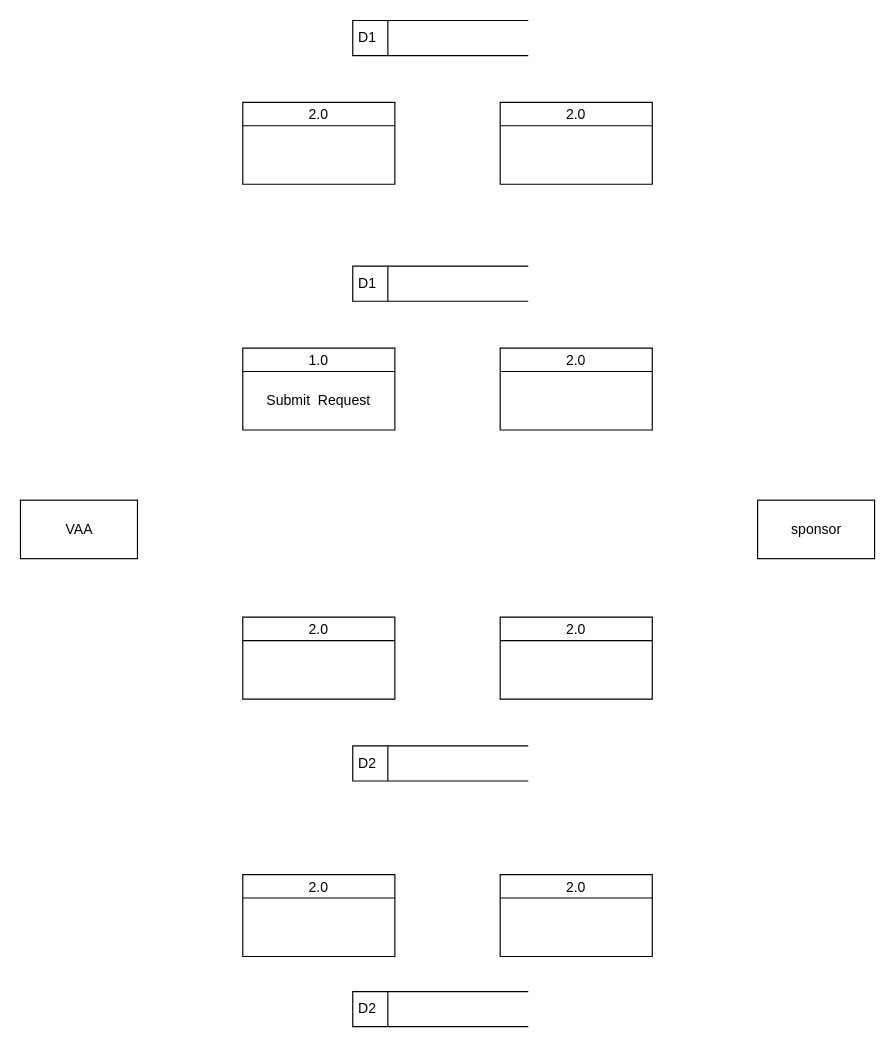
Above: DFD.drawio in forthegame/ANU2024 (draw.io), before the change. Source tidied: cells renumbered, new cells numbered last; positions are measured from the earlier drawing's top-left corner, leaving out a move shared by most shapes. Both pictures are drawn from the tidied source at 117%, with x=0, y=0 at pixel (20, 20).
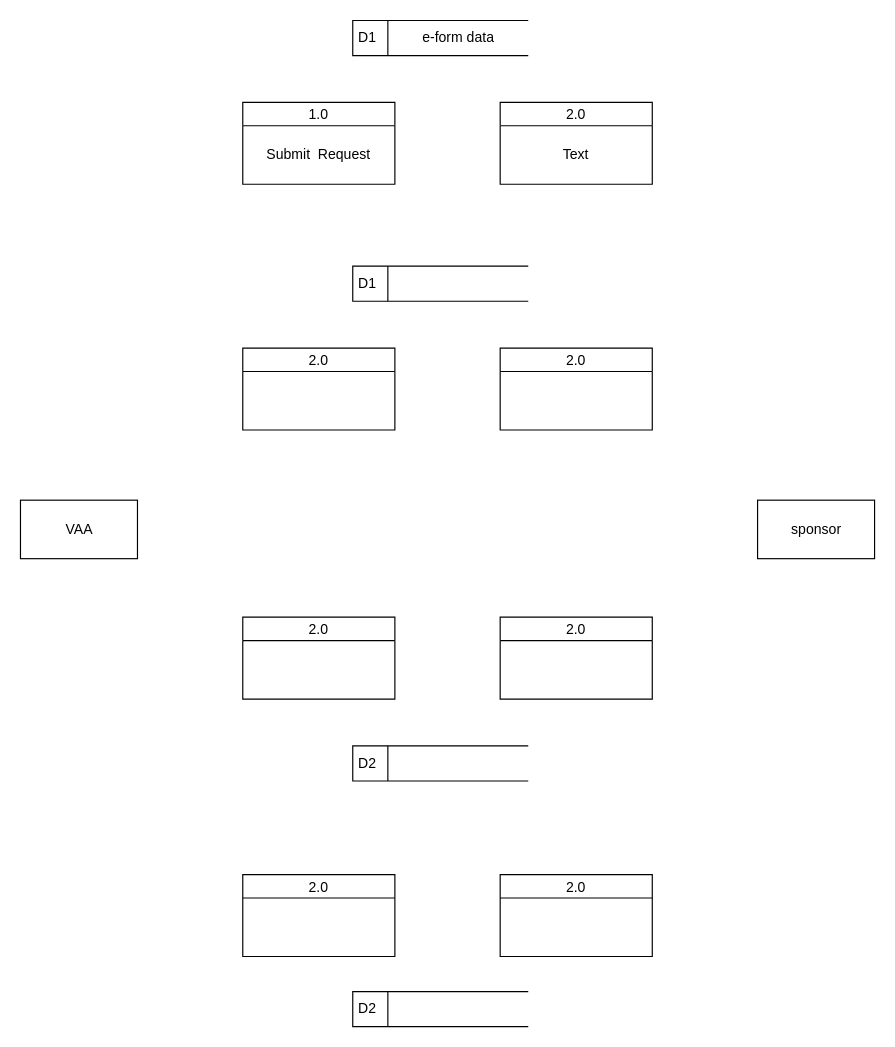
After the change.

Change to the diagram source:
```diff
@@
 <mxGraphModel>
   <root>
     <mxCell id="0" />
     <mxCell id="1" parent="0" />
     <mxCell id="2" value="sponsor" style="html=1;dashed=0;whitespace=wrap;" parent="1" vertex="1">
       <mxGeometry x="630" y="410" width="100" height="50" as="geometry" />
     </mxCell>
     <mxCell id="3" value="1.0" style="swimlane;fontStyle=0;horizontal=1;startSize=20;fillColor=#ffffff;swimlaneFillColor=#ffffff;" parent="1" vertex="1">
-      <mxGeometry x="190" y="280" width="130" height="70" as="geometry" />
+      <mxGeometry x="190" y="70" width="130" height="70" as="geometry" />
     </mxCell>
     <mxCell id="4" value="Submit&amp;nbsp; Request" style="text;html=1;strokeColor=none;fillColor=none;align=center;verticalAlign=middle;whiteSpace=wrap;rounded=0;" parent="3" vertex="1">
       <mxGeometry y="20" width="130" height="50" as="geometry" />
     </mxCell>
     <mxCell id="5" value="D1" style="html=1;dashed=0;whitespace=wrap;shape=mxgraph.dfd.dataStoreID;align=left;spacingLeft=3;" parent="1" vertex="1">
       <mxGeometry x="284" y="210" width="150" height="30" as="geometry" />
     </mxCell>
     <mxCell id="6" value="VAA" style="html=1;dashed=0;whitespace=wrap;" parent="1" vertex="1">
       <mxGeometry y="410" width="100" height="50" as="geometry" />
     </mxCell>
     <mxCell id="7" value="D2" style="html=1;dashed=0;whitespace=wrap;shape=mxgraph.dfd.dataStoreID;align=left;spacingLeft=3;" parent="1" vertex="1">
       <mxGeometry x="284" y="620" width="150" height="30" as="geometry" />
     </mxCell>
     <mxCell id="8" value="2.0" style="swimlane;fontStyle=0;horizontal=1;startSize=20;fillColor=#ffffff;swimlaneFillColor=#ffffff;" parent="1" vertex="1">
       <mxGeometry x="410" y="280" width="130" height="70" as="geometry" />
     </mxCell>
     <mxCell id="9" value="2.0" style="swimlane;fontStyle=0;horizontal=1;startSize=20;fillColor=#ffffff;swimlaneFillColor=#ffffff;" parent="1" vertex="1">
       <mxGeometry x="190" y="510" width="130" height="70" as="geometry" />
     </mxCell>
     <mxCell id="10" value="2.0" style="swimlane;fontStyle=0;horizontal=1;startSize=20;fillColor=#ffffff;swimlaneFillColor=#ffffff;" parent="1" vertex="1">
       <mxGeometry x="410" y="510" width="130" height="70" as="geometry" />
     </mxCell>
     <mxCell id="11" value="2.0" style="swimlane;fontStyle=0;horizontal=1;startSize=20;fillColor=#ffffff;swimlaneFillColor=#ffffff;" parent="1" vertex="1">
       <mxGeometry x="190" y="730" width="130" height="70" as="geometry" />
     </mxCell>
     <mxCell id="12" value="2.0" style="swimlane;fontStyle=0;horizontal=1;startSize=20;fillColor=#ffffff;swimlaneFillColor=#ffffff;" parent="1" vertex="1">
       <mxGeometry x="410" y="730" width="130" height="70" as="geometry" />
     </mxCell>
     <mxCell id="13" value="D2" style="html=1;dashed=0;whitespace=wrap;shape=mxgraph.dfd.dataStoreID;align=left;spacingLeft=3;" parent="1" vertex="1">
       <mxGeometry x="284" y="830" width="150" height="30" as="geometry" />
     </mxCell>
     <mxCell id="14" value="2.0" style="swimlane;fontStyle=0;horizontal=1;startSize=20;fillColor=#ffffff;swimlaneFillColor=#ffffff;" parent="1" vertex="1">
-      <mxGeometry x="190" y="70" width="130" height="70" as="geometry" />
+      <mxGeometry x="190" y="280" width="130" height="70" as="geometry" />
     </mxCell>
     <mxCell id="15" value="2.0" style="swimlane;fontStyle=0;horizontal=1;startSize=20;fillColor=#ffffff;swimlaneFillColor=#ffffff;" parent="1" vertex="1">
       <mxGeometry x="410" y="70" width="130" height="70" as="geometry" />
     </mxCell>
+    <mxCell id="17" value="Text" style="text;html=1;strokeColor=none;fillColor=none;align=center;verticalAlign=middle;whiteSpace=wrap;rounded=0;" parent="15" vertex="1">
+      <mxGeometry y="20" width="130" height="50" as="geometry" />
+    </mxCell>
     <mxCell id="16" value="D1" style="html=1;dashed=0;whitespace=wrap;shape=mxgraph.dfd.dataStoreID;align=left;spacingLeft=3;" parent="1" vertex="1">
       <mxGeometry x="284" width="150" height="30" as="geometry" />
     </mxCell>
+    <mxCell id="18" value="e-form data" style="text;html=1;strokeColor=none;fillColor=none;align=center;verticalAlign=middle;whiteSpace=wrap;rounded=0;" parent="1" vertex="1">
+      <mxGeometry x="339" y="5" width="71" height="20" as="geometry" />
+    </mxCell>
   </root>
 </mxGraphModel>
```
